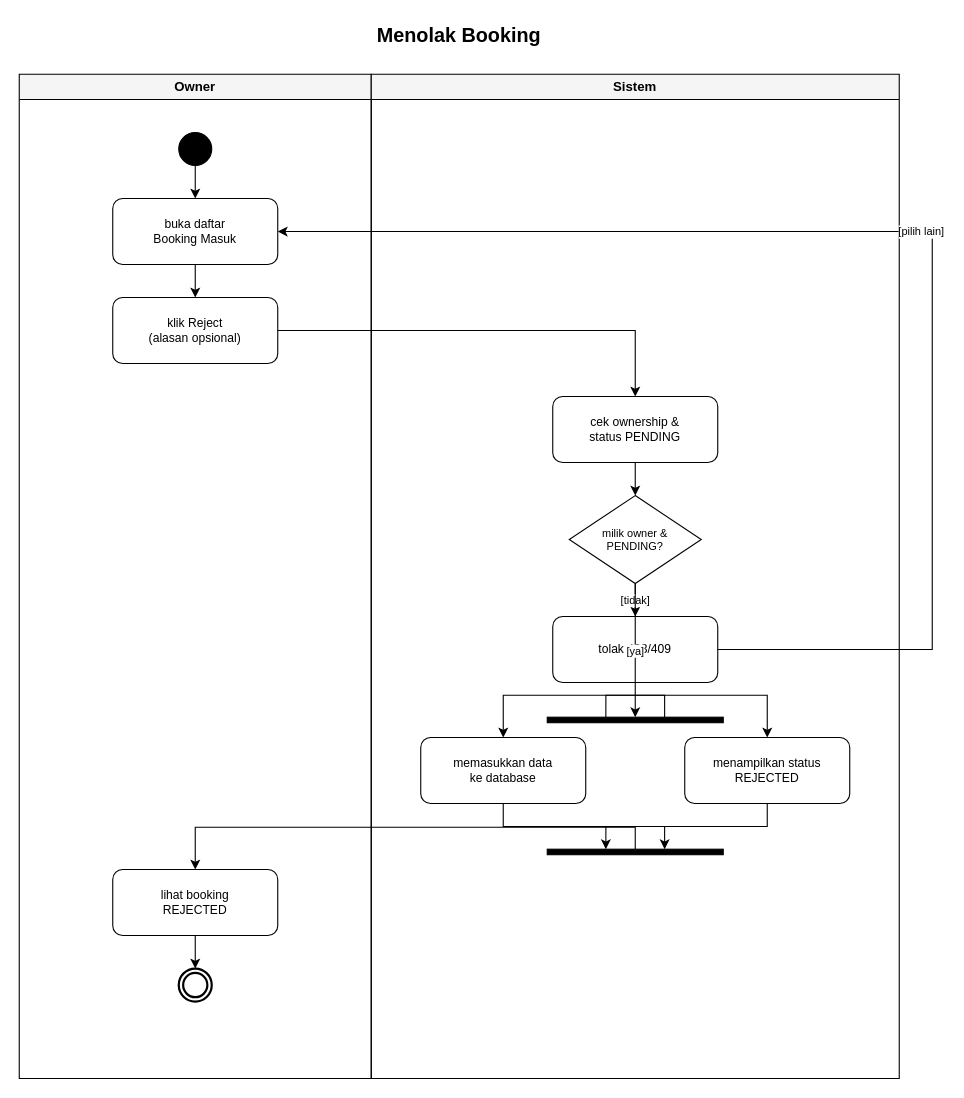
The draw.io diagram page "7. Reject Booking (Tidak Digating)" (7 of 11) of docs/diagram/Activity-Ngekost.drawio in nfl-alvis/NgeKos, before the edit. Source tidied: cells renumbered, new cells numbered last; positions are measured from the earlier drawing's top-left corner, leaving out a move shared by most shapes. Both pictures are drawn from the tidied source at 110%, with x=0, y=0 at pixel (19, 19).
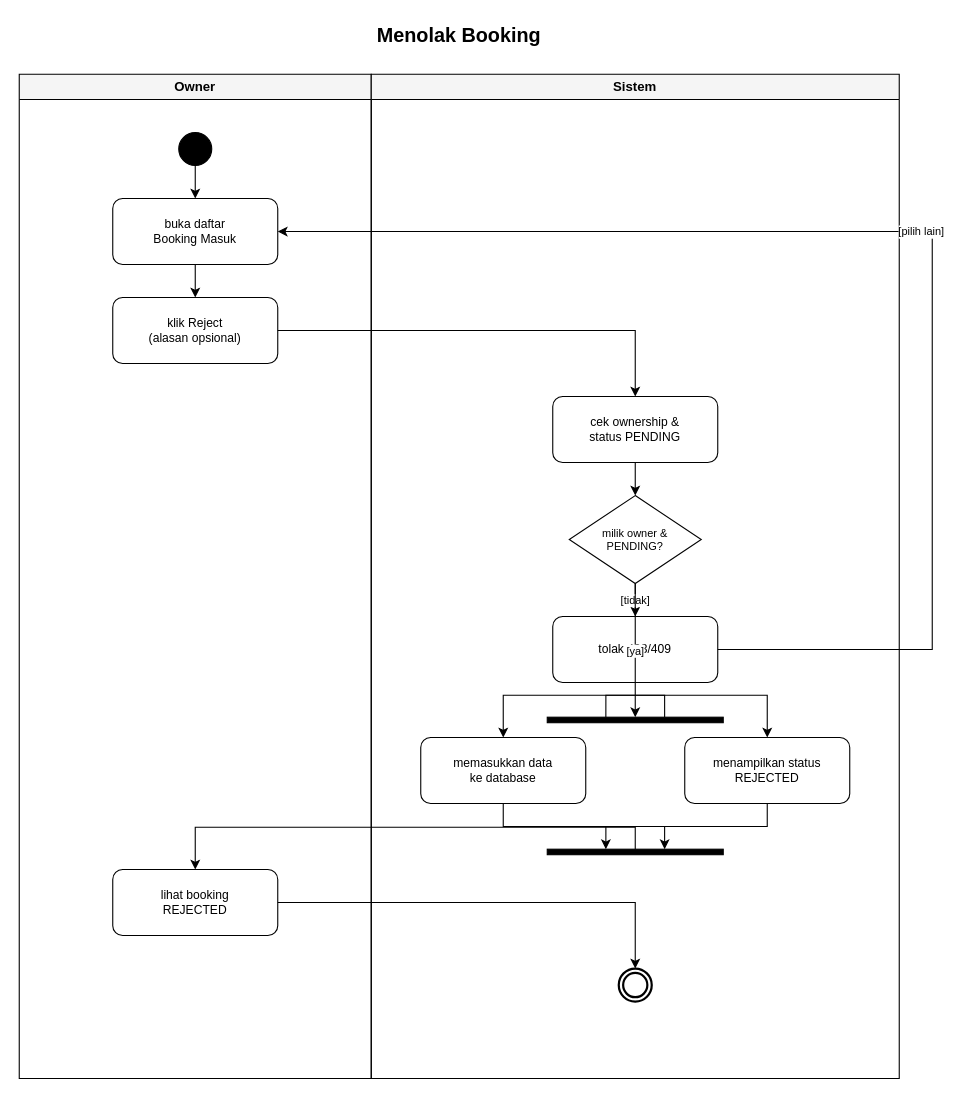
Above is the later version.

Unchanged cells that the change refers to:
```xml
<mxCell id="3" value="Owner" style="swimlane;whiteSpace=wrap;html=1;startSize=23;horizontal=1;fontStyle=1;fontSize=12;fillColor=#f5f5f5;strokeColor=#000000;" parent="1" vertex="1">
  <mxGeometry y="50" width="320" height="913" as="geometry" />
</mxCell>
<mxCell id="4" value="Sistem" style="swimlane;whiteSpace=wrap;html=1;startSize=23;horizontal=1;fontStyle=1;fontSize=12;fillColor=#f5f5f5;strokeColor=#000000;" parent="1" vertex="1">
  <mxGeometry x="320" y="50" width="480" height="913" as="geometry" />
</mxCell>
<mxCell id="15" value="lihat booking&#10;REJECTED" style="rounded=1;whiteSpace=wrap;html=1;fillColor=#FFFFFF;strokeColor=#000000;fontSize=11;" parent="3" vertex="1">
  <mxGeometry x="85" y="723" width="150" height="60" as="geometry" />
</mxCell>
```

What changed in the source:
```diff
@@
-    <mxCell id="16" style="ellipse;html=1;shape=endState;fillColor=#FFFFFF;strokeColor=#000000;strokeWidth=2;" parent="3" vertex="1">
-      <mxGeometry x="145" y="813" width="30" height="30" as="geometry" />
+    <mxCell id="16" style="ellipse;html=1;shape=endState;fillColor=#FFFFFF;strokeColor=#000000;strokeWidth=2;" parent="4" vertex="1">
+      <mxGeometry x="225" y="813" width="30" height="30" as="geometry" />
     </mxCell>
@@
-    <mxCell id="29" style="edgeStyle=orthogonalEdgeStyle;rounded=0;jettySize=auto;html=1;strokeColor=#000000;fontSize=10;" parent="3" edge="1" source="15" target="16">
+    <mxCell id="29" style="edgeStyle=orthogonalEdgeStyle;rounded=0;jettySize=auto;html=1;strokeColor=#000000;fontSize=10;" parent="1" edge="1" source="15" target="16">
       <mxGeometry relative="1" as="geometry" />
     </mxCell>
```
